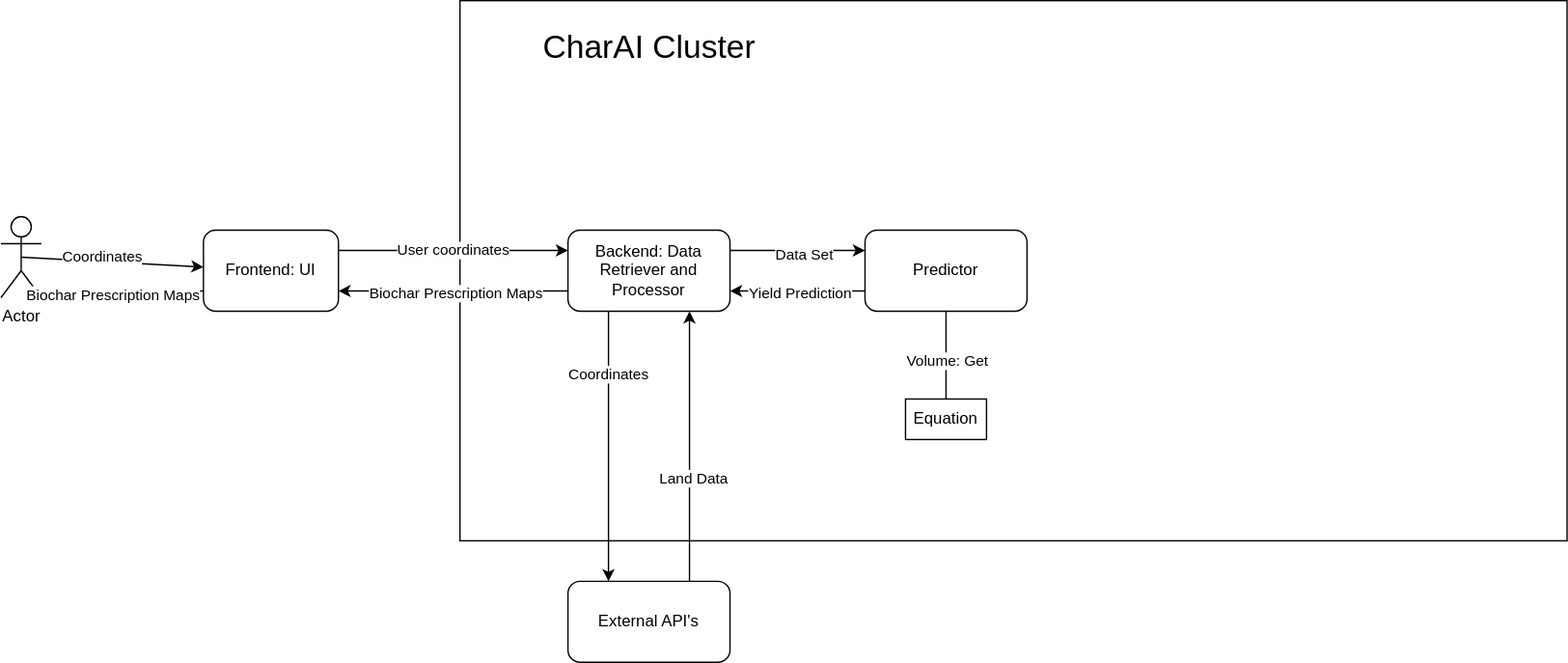
This is docs/Design/System/Architecture/SystemArchitectureEquation.drawio.svg from JosephPBaruch/CharAI, a draw.io export, as it was before one commit. Source tidied: cells renumbered, new cells last; positions are measured from the earlier drawing's top-left corner, leaving out a move shared by most shapes. The source it was exported from:
```xml
<mxGraphModel>
  <root>
    <mxCell id="0" />
    <mxCell id="1" parent="0" />
    <mxCell id="2" style="rounded=0;whiteSpace=wrap;html=1;" parent="1" vertex="1">
      <mxGeometry x="340" width="820" height="400" as="geometry" />
    </mxCell>
    <mxCell id="3" style="edgeStyle=none;html=1;entryX=0;entryY=0.25;entryDx=0;entryDy=0;exitX=1;exitY=0.25;exitDx=0;exitDy=0;" parent="1" edge="1" source="5" target="16">
      <mxGeometry relative="1" as="geometry">
        <Array as="points">
          <mxPoint x="340" y="185" />
        </Array>
      </mxGeometry>
    </mxCell>
    <mxCell id="4" value="User coordinates" style="edgeLabel;html=1;align=center;verticalAlign=middle;" parent="3" vertex="1">
      <mxGeometry x="-0.01" y="1" relative="1" as="geometry" />
    </mxCell>
    <mxCell id="5" value="Frontend: UI" style="rounded=1;whiteSpace=wrap;html=1;" parent="1" vertex="1">
      <mxGeometry x="150" y="170" width="100" height="60" as="geometry" />
    </mxCell>
    <mxCell id="6" style="edgeStyle=none;html=1;exitX=0;exitY=0.75;exitDx=0;exitDy=0;entryX=1;entryY=0.75;entryDx=0;entryDy=0;" parent="1" edge="1" source="8" target="16">
      <mxGeometry relative="1" as="geometry" />
    </mxCell>
    <mxCell id="7" value="Yield Prediction" style="edgeLabel;html=1;align=center;verticalAlign=middle;" parent="6" vertex="1">
      <mxGeometry x="0.24" y="1" relative="1" as="geometry">
        <mxPoint x="13" as="offset" />
      </mxGeometry>
    </mxCell>
    <mxCell id="8" value="Predictor" style="rounded=1;whiteSpace=wrap;html=1;" parent="1" vertex="1">
      <mxGeometry x="640" y="170" width="120" height="60" as="geometry" />
    </mxCell>
    <mxCell id="9" value="Equation" style="rounded=0;whiteSpace=wrap;html=1;" parent="1" vertex="1">
      <mxGeometry x="670" y="295" width="60" height="30" as="geometry" />
    </mxCell>
    <mxCell id="10" style="edgeStyle=none;html=1;entryX=1;entryY=0.75;entryDx=0;entryDy=0;exitX=0;exitY=0.75;exitDx=0;exitDy=0;" parent="1" edge="1" source="16" target="5">
      <mxGeometry relative="1" as="geometry" />
    </mxCell>
    <mxCell id="11" value="Biochar Prescription Maps" style="edgeLabel;html=1;align=center;verticalAlign=middle;" parent="10" vertex="1">
      <mxGeometry x="-0.02" y="1" relative="1" as="geometry" />
    </mxCell>
    <mxCell id="12" style="edgeStyle=none;html=1;exitX=0.25;exitY=1;exitDx=0;exitDy=0;entryX=0.25;entryY=0;entryDx=0;entryDy=0;" parent="1" edge="1" source="16" target="20">
      <mxGeometry relative="1" as="geometry" />
    </mxCell>
    <mxCell id="13" value="Coordinates" style="edgeLabel;html=1;align=center;verticalAlign=middle;" parent="12" vertex="1">
      <mxGeometry x="-0.54" y="-1" relative="1" as="geometry" />
    </mxCell>
    <mxCell id="14" style="edgeStyle=none;html=1;exitX=1;exitY=0.25;exitDx=0;exitDy=0;entryX=0;entryY=0.25;entryDx=0;entryDy=0;" parent="1" edge="1" source="16" target="8">
      <mxGeometry relative="1" as="geometry" />
    </mxCell>
    <mxCell id="15" value="Data Set" style="edgeLabel;html=1;align=center;verticalAlign=middle;" parent="14" vertex="1">
      <mxGeometry x="0.08" y="-2" relative="1" as="geometry" />
    </mxCell>
    <mxCell id="16" value="Backend: Data Retriever and Processor" style="rounded=1;whiteSpace=wrap;html=1;" parent="1" vertex="1">
      <mxGeometry x="420" y="170" width="120" height="60" as="geometry" />
    </mxCell>
    <mxCell id="17" value="&lt;font style=&quot;font-size: 24px;&quot;&gt;CharAI Cluster&lt;/font&gt;" style="text;html=1;align=center;verticalAlign=middle;whiteSpace=wrap;rounded=0;" parent="1" vertex="1">
      <mxGeometry x="363.5" y="20" width="233" height="30" as="geometry" />
    </mxCell>
    <mxCell id="18" style="edgeStyle=none;html=1;exitX=0.75;exitY=0;exitDx=0;exitDy=0;entryX=0.75;entryY=1;entryDx=0;entryDy=0;" parent="1" edge="1" source="20" target="16">
      <mxGeometry relative="1" as="geometry" />
    </mxCell>
    <mxCell id="19" value="Land Data" style="edgeLabel;html=1;align=center;verticalAlign=middle;" parent="18" vertex="1">
      <mxGeometry x="-0.23" y="-2" relative="1" as="geometry" />
    </mxCell>
    <mxCell id="20" value="External API's" style="rounded=1;whiteSpace=wrap;html=1;" parent="1" vertex="1">
      <mxGeometry x="420" y="430" width="120" height="60" as="geometry" />
    </mxCell>
    <mxCell id="21" style="endArrow=none;html=1;entryX=0.5;entryY=1;entryDx=0;entryDy=0;exitX=0.5;exitY=0;exitDx=0;exitDy=0;" parent="1" edge="1" source="9" target="8">
      <mxGeometry relative="1" as="geometry" />
    </mxCell>
    <mxCell id="22" value="Volume: Get" style="edgeLabel;html=1;align=center;verticalAlign=middle;" parent="21" vertex="1">
      <mxGeometry x="-0.1" relative="1" as="geometry" />
    </mxCell>
    <mxCell id="23" style="edgeStyle=none;html=1;exitX=0.5;exitY=0.5;exitDx=0;exitDy=0;exitPerimeter=0;" parent="1" edge="1" source="25" target="5">
      <mxGeometry relative="1" as="geometry" />
    </mxCell>
    <mxCell id="24" value="Coordinates" style="edgeLabel;html=1;align=center;verticalAlign=middle;" parent="23" vertex="1">
      <mxGeometry x="-0.13" y="4" relative="1" as="geometry" />
    </mxCell>
    <mxCell id="25" value="Actor" style="shape=umlActor;verticalLabelPosition=bottom;verticalAlign=top;html=1;outlineConnect=0;" parent="1" vertex="1">
      <mxGeometry y="160" width="30" height="60" as="geometry" />
    </mxCell>
    <mxCell id="26" style="edgeStyle=none;html=1;exitX=0;exitY=0.75;exitDx=0;exitDy=0;entryX=1;entryY=1;entryDx=0;entryDy=0;entryPerimeter=0;" parent="1" edge="1" source="5" target="25">
      <mxGeometry relative="1" as="geometry" />
    </mxCell>
    <mxCell id="27" value="Biochar Prescription Maps" style="edgeLabel;html=1;align=center;verticalAlign=middle;" parent="26" vertex="1">
      <mxGeometry x="0.13" relative="1" as="geometry" />
    </mxCell>
  </root>
</mxGraphModel>
```
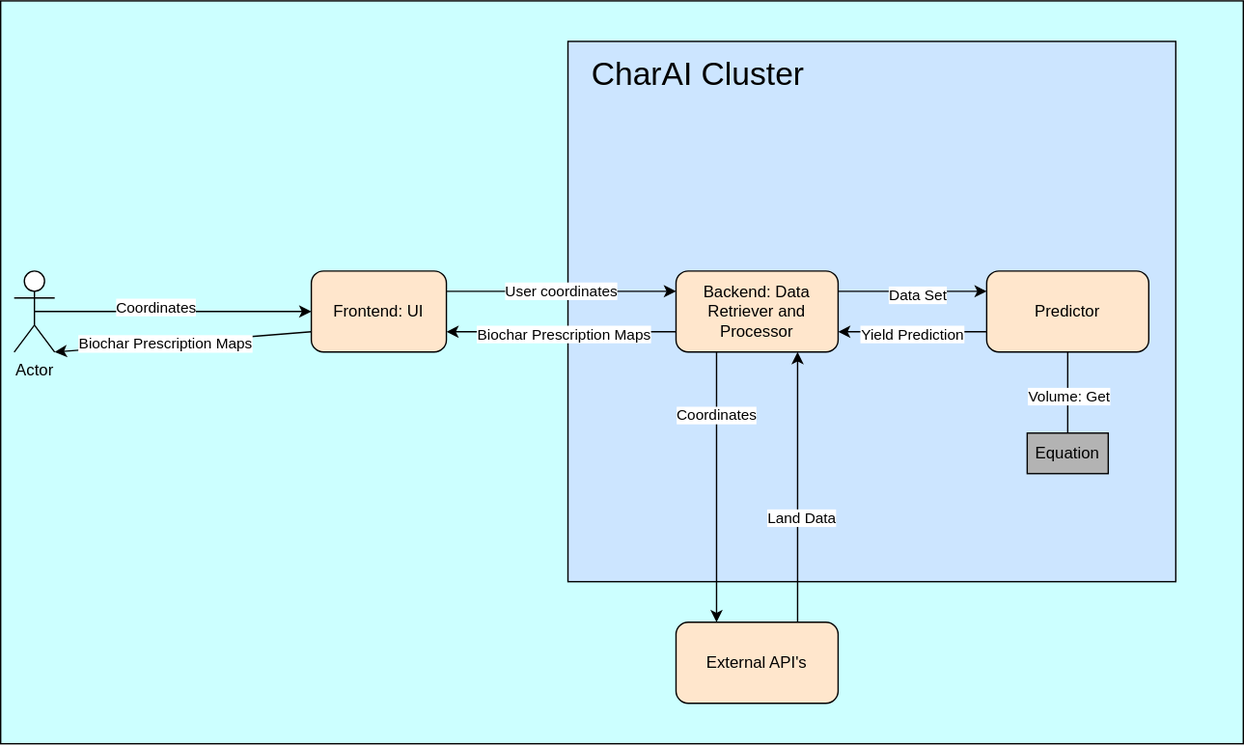
After the change.

Commit message:
architectural diagrams

Change to the diagram source:
```diff
@@ -2,8 +2,11 @@
   <root>
     <mxCell id="0" />
     <mxCell id="1" parent="0" />
+    <mxCell id="28" style="rounded=0;whiteSpace=wrap;html=1;fillColor=#CCFFFF;" parent="1" vertex="1">
+      <mxGeometry x="-80" y="-30" width="920" height="550" as="geometry" />
+    </mxCell>
-    <mxCell id="2" style="rounded=0;whiteSpace=wrap;html=1;" parent="1" vertex="1">
-      <mxGeometry x="340" width="820" height="400" as="geometry" />
+    <mxCell id="2" style="rounded=0;whiteSpace=wrap;html=1;fillColor=#CCE5FF;" parent="1" vertex="1">
+      <mxGeometry x="340" width="450" height="400" as="geometry" />
     </mxCell>
     <mxCell id="3" style="edgeStyle=none;html=1;entryX=0;entryY=0.25;entryDx=0;entryDy=0;exitX=1;exitY=0.25;exitDx=0;exitDy=0;" parent="1" edge="1" source="5" target="16">
       <mxGeometry relative="1" as="geometry">
@@ -15,7 +18,7 @@
     <mxCell id="4" value="User coordinates" style="edgeLabel;html=1;align=center;verticalAlign=middle;" parent="3" vertex="1">
       <mxGeometry x="-0.01" y="1" relative="1" as="geometry" />
     </mxCell>
-    <mxCell id="5" value="Frontend: UI" style="rounded=1;whiteSpace=wrap;html=1;" parent="1" vertex="1">
+    <mxCell id="5" value="Frontend: UI" style="rounded=1;whiteSpace=wrap;html=1;fillColor=#FFE6CC;" parent="1" vertex="1">
       <mxGeometry x="150" y="170" width="100" height="60" as="geometry" />
     </mxCell>
     <mxCell id="6" style="edgeStyle=none;html=1;exitX=0;exitY=0.75;exitDx=0;exitDy=0;entryX=1;entryY=0.75;entryDx=0;entryDy=0;" parent="1" edge="1" source="8" target="16">
@@ -26,11 +29,11 @@
         <mxPoint x="13" as="offset" />
       </mxGeometry>
     </mxCell>
-    <mxCell id="8" value="Predictor" style="rounded=1;whiteSpace=wrap;html=1;" parent="1" vertex="1">
-      <mxGeometry x="640" y="170" width="120" height="60" as="geometry" />
+    <mxCell id="8" value="Predictor" style="rounded=1;whiteSpace=wrap;html=1;fillColor=#FFE6CC;" parent="1" vertex="1">
+      <mxGeometry x="650" y="170" width="120" height="60" as="geometry" />
     </mxCell>
-    <mxCell id="9" value="Equation" style="rounded=0;whiteSpace=wrap;html=1;" parent="1" vertex="1">
-      <mxGeometry x="670" y="295" width="60" height="30" as="geometry" />
+    <mxCell id="9" value="Equation" style="rounded=0;whiteSpace=wrap;html=1;fillColor=#B3B3B3;" parent="1" vertex="1">
+      <mxGeometry x="680" y="290" width="60" height="30" as="geometry" />
     </mxCell>
     <mxCell id="10" style="edgeStyle=none;html=1;entryX=1;entryY=0.75;entryDx=0;entryDy=0;exitX=0;exitY=0.75;exitDx=0;exitDy=0;" parent="1" edge="1" source="16" target="5">
       <mxGeometry relative="1" as="geometry" />
@@ -50,11 +53,11 @@
     <mxCell id="15" value="Data Set" style="edgeLabel;html=1;align=center;verticalAlign=middle;" parent="14" vertex="1">
       <mxGeometry x="0.08" y="-2" relative="1" as="geometry" />
     </mxCell>
-    <mxCell id="16" value="Backend: Data Retriever and Processor" style="rounded=1;whiteSpace=wrap;html=1;" parent="1" vertex="1">
+    <mxCell id="16" value="Backend: Data Retriever and Processor" style="rounded=1;whiteSpace=wrap;html=1;fillColor=#FFE6CC;" parent="1" vertex="1">
       <mxGeometry x="420" y="170" width="120" height="60" as="geometry" />
     </mxCell>
     <mxCell id="17" value="&lt;font style=&quot;font-size: 24px;&quot;&gt;CharAI Cluster&lt;/font&gt;" style="text;html=1;align=center;verticalAlign=middle;whiteSpace=wrap;rounded=0;" parent="1" vertex="1">
-      <mxGeometry x="363.5" y="20" width="233" height="30" as="geometry" />
+      <mxGeometry x="320" y="10" width="233" height="30" as="geometry" />
     </mxCell>
     <mxCell id="18" style="edgeStyle=none;html=1;exitX=0.75;exitY=0;exitDx=0;exitDy=0;entryX=0.75;entryY=1;entryDx=0;entryDy=0;" parent="1" edge="1" source="20" target="16">
       <mxGeometry relative="1" as="geometry" />
@@ -62,7 +65,7 @@
     <mxCell id="19" value="Land Data" style="edgeLabel;html=1;align=center;verticalAlign=middle;" parent="18" vertex="1">
       <mxGeometry x="-0.23" y="-2" relative="1" as="geometry" />
     </mxCell>
-    <mxCell id="20" value="External API's" style="rounded=1;whiteSpace=wrap;html=1;" parent="1" vertex="1">
+    <mxCell id="20" value="External API's" style="rounded=1;whiteSpace=wrap;html=1;fillColor=#FFE6CC;" parent="1" vertex="1">
       <mxGeometry x="420" y="430" width="120" height="60" as="geometry" />
     </mxCell>
     <mxCell id="21" style="endArrow=none;html=1;entryX=0.5;entryY=1;entryDx=0;entryDy=0;exitX=0.5;exitY=0;exitDx=0;exitDy=0;" parent="1" edge="1" source="9" target="8">
@@ -78,7 +81,7 @@
       <mxGeometry x="-0.13" y="4" relative="1" as="geometry" />
     </mxCell>
     <mxCell id="25" value="Actor" style="shape=umlActor;verticalLabelPosition=bottom;verticalAlign=top;html=1;outlineConnect=0;" parent="1" vertex="1">
-      <mxGeometry y="160" width="30" height="60" as="geometry" />
+      <mxGeometry x="-70" y="170" width="30" height="60" as="geometry" />
     </mxCell>
     <mxCell id="26" style="edgeStyle=none;html=1;exitX=0;exitY=0.75;exitDx=0;exitDy=0;entryX=1;entryY=1;entryDx=0;entryDy=0;entryPerimeter=0;" parent="1" edge="1" source="5" target="25">
       <mxGeometry relative="1" as="geometry" />
```
